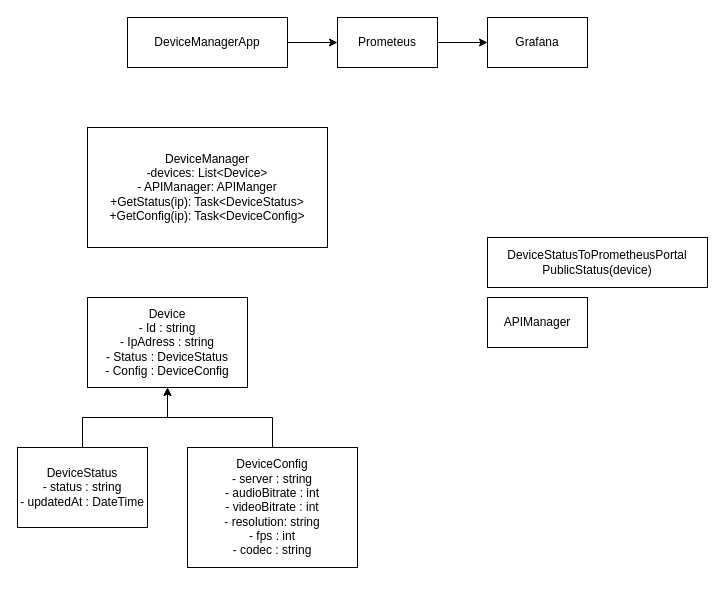
The draw.io diagram documents/KonceptDiagramDeviceManager.drawio in NikolajT/DeviceManagerApp, before the edit. Source tidied: cells renumbered, new cells numbered last; positions are measured from the earlier drawing's top-left corner, leaving out a move shared by most shapes. Both pictures are drawn from the tidied source at 100%, with x=0, y=0 at pixel (17, 17).
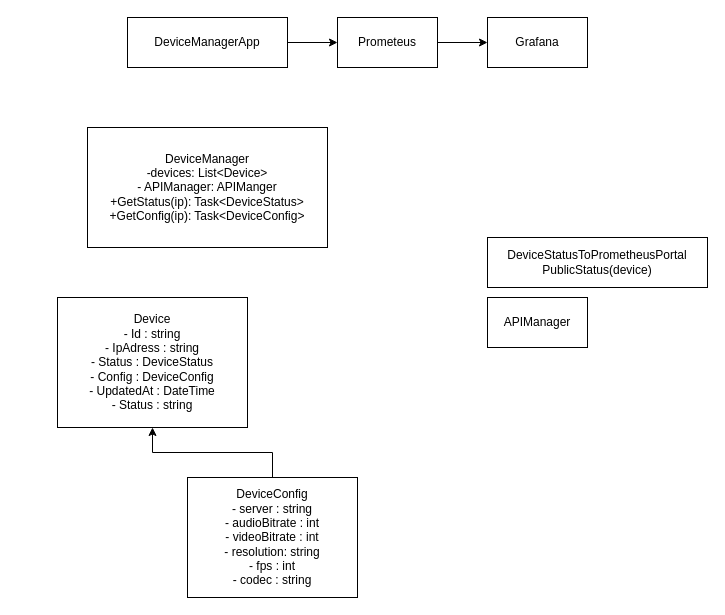
Above is the later version.

Change to the diagram source:
```diff
@@
 <mxGraphModel>
   <root>
     <mxCell id="0" />
     <mxCell id="1" parent="0" />
     <mxCell id="2" value="Grafana" style="html=1;dashed=0;whiteSpace=wrap;" parent="1" vertex="1">
       <mxGeometry x="470" width="100" height="50" as="geometry" />
     </mxCell>
     <mxCell id="3" style="edgeStyle=orthogonalEdgeStyle;rounded=0;jettySize=auto;html=1;" parent="1" edge="1" source="4" target="2">
       <mxGeometry relative="1" as="geometry" />
     </mxCell>
     <mxCell id="4" value="Prometeus" style="html=1;dashed=0;whiteSpace=wrap;" parent="1" vertex="1">
       <mxGeometry x="320" width="100" height="50" as="geometry" />
     </mxCell>
     <mxCell id="5" style="edgeStyle=orthogonalEdgeStyle;rounded=0;jettySize=auto;html=1;" parent="1" edge="1" source="6" target="4">
       <mxGeometry relative="1" as="geometry" />
     </mxCell>
     <mxCell id="6" value="DeviceManagerApp" style="html=1;dashed=0;whiteSpace=wrap;" parent="1" vertex="1">
       <mxGeometry x="110" width="160" height="50" as="geometry" />
     </mxCell>
-    <mxCell id="7" value="Device&lt;br&gt;- Id : string&lt;br&gt;- IpAdress : string&lt;br&gt;- Status : DeviceStatus&lt;br&gt;- Config : DeviceConfig" style="html=1;dashed=0;whiteSpace=wrap;" parent="1" vertex="1">
-      <mxGeometry x="70" y="280" width="160" height="90" as="geometry" />
+    <mxCell id="7" value="Device&lt;br&gt;- Id : string&lt;br&gt;- IpAdress : string&lt;br&gt;- Status : DeviceStatus&lt;br&gt;- Config : DeviceConfig&lt;div&gt;- UpdatedAt : DateTime&lt;/div&gt;&lt;div&gt;- Status : string&lt;/div&gt;" style="html=1;dashed=0;whiteSpace=wrap;" parent="1" vertex="1">
+      <mxGeometry x="40" y="280" width="190" height="130" as="geometry" />
     </mxCell>
     <mxCell id="8" value="APIManager" style="html=1;dashed=0;whiteSpace=wrap;" parent="1" vertex="1">
       <mxGeometry x="470" y="280" width="100" height="50" as="geometry" />
     </mxCell>
-    <mxCell id="9" style="edgeStyle=orthogonalEdgeStyle;rounded=0;jettySize=auto;html=1;" parent="1" edge="1" source="10" target="7">
-      <mxGeometry relative="1" as="geometry" />
-    </mxCell>
-    <mxCell id="10" value="DeviceStatus&lt;br&gt;- status : string&lt;br&gt;- updatedAt : DateTime" style="html=1;dashed=0;whiteSpace=wrap;" parent="1" vertex="1">
-      <mxGeometry y="430" width="130" height="80" as="geometry" />
-    </mxCell>
     <mxCell id="11" style="edgeStyle=orthogonalEdgeStyle;rounded=0;jettySize=auto;html=1;" parent="1" edge="1" source="12" target="7">
       <mxGeometry relative="1" as="geometry" />
     </mxCell>
     <mxCell id="12" value="DeviceConfig&lt;br&gt;- server : string&lt;br&gt;- audioBitrate : int&lt;br&gt;- videoBitrate : int&lt;br&gt;- resolution: string&lt;br&gt;- fps : int&lt;br&gt;- codec : string" style="html=1;dashed=0;whiteSpace=wrap;" parent="1" vertex="1">
-      <mxGeometry x="170" y="430" width="170" height="120" as="geometry" />
+      <mxGeometry x="170" y="460" width="170" height="120" as="geometry" />
     </mxCell>
     <mxCell id="13" value="DeviceManager&lt;br&gt;-devices: List&amp;lt;Device&amp;gt;&lt;br&gt;- APIManager: APIManger&lt;br&gt;+GetStatus(ip): Task&amp;lt;DeviceStatus&amp;gt;&lt;br&gt;+GetConfig(ip): Task&amp;lt;DeviceConfig&amp;gt;" style="html=1;dashed=0;whiteSpace=wrap;" parent="1" vertex="1">
       <mxGeometry x="70" y="110" width="240" height="120" as="geometry" />
     </mxCell>
     <mxCell id="14" value="DeviceStatusToPrometheusPortal&lt;br&gt;PublicStatus(device)" style="html=1;dashed=0;whiteSpace=wrap;" parent="1" vertex="1">
       <mxGeometry x="470" y="220" width="220" height="50" as="geometry" />
     </mxCell>
   </root>
 </mxGraphModel>
```
